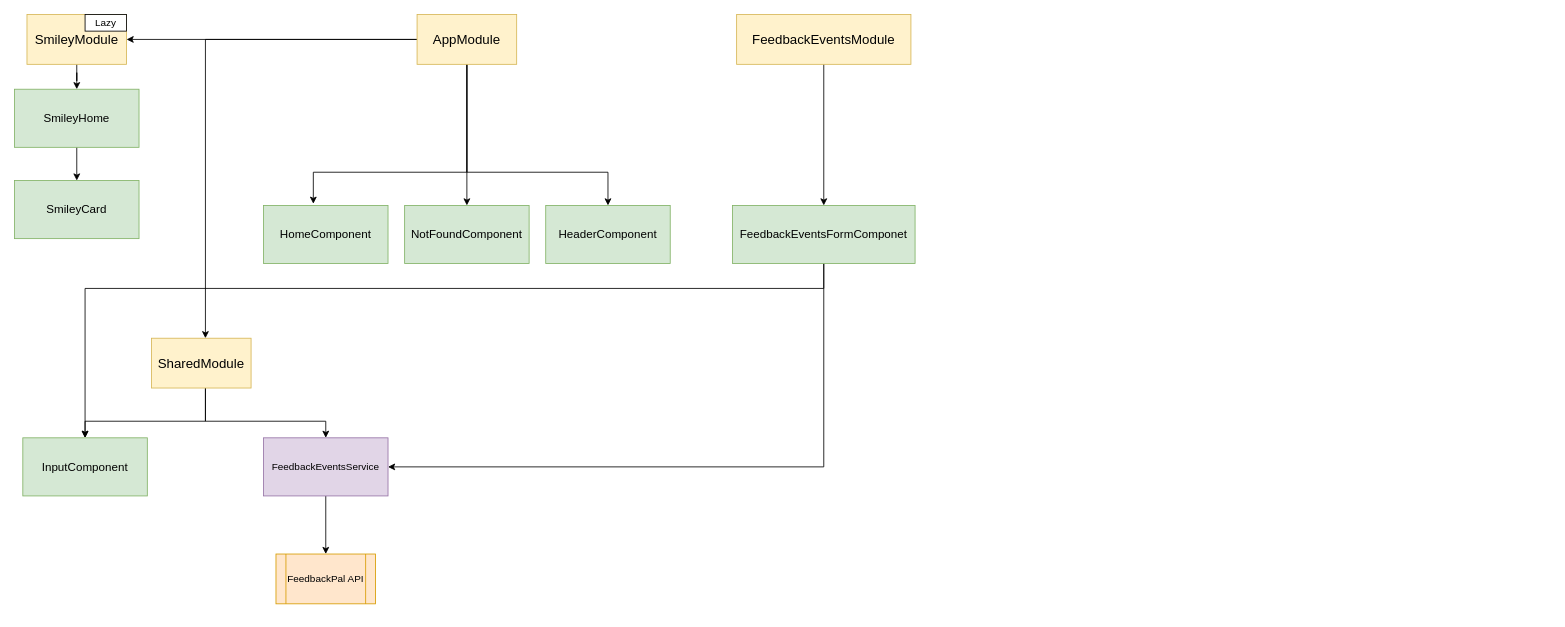
Earlier version of the draw.io diagram diagrams/UI-diagram.drawio (techwings-io/feedbackpal-ui). Source tidied: cells renumbered, new cells numbered last; positions are measured from the earlier drawing's top-left corner, leaving out a move shared by most shapes. Both pictures are drawn from the tidied source at 83%, with x=0, y=0 at pixel (14, 14).
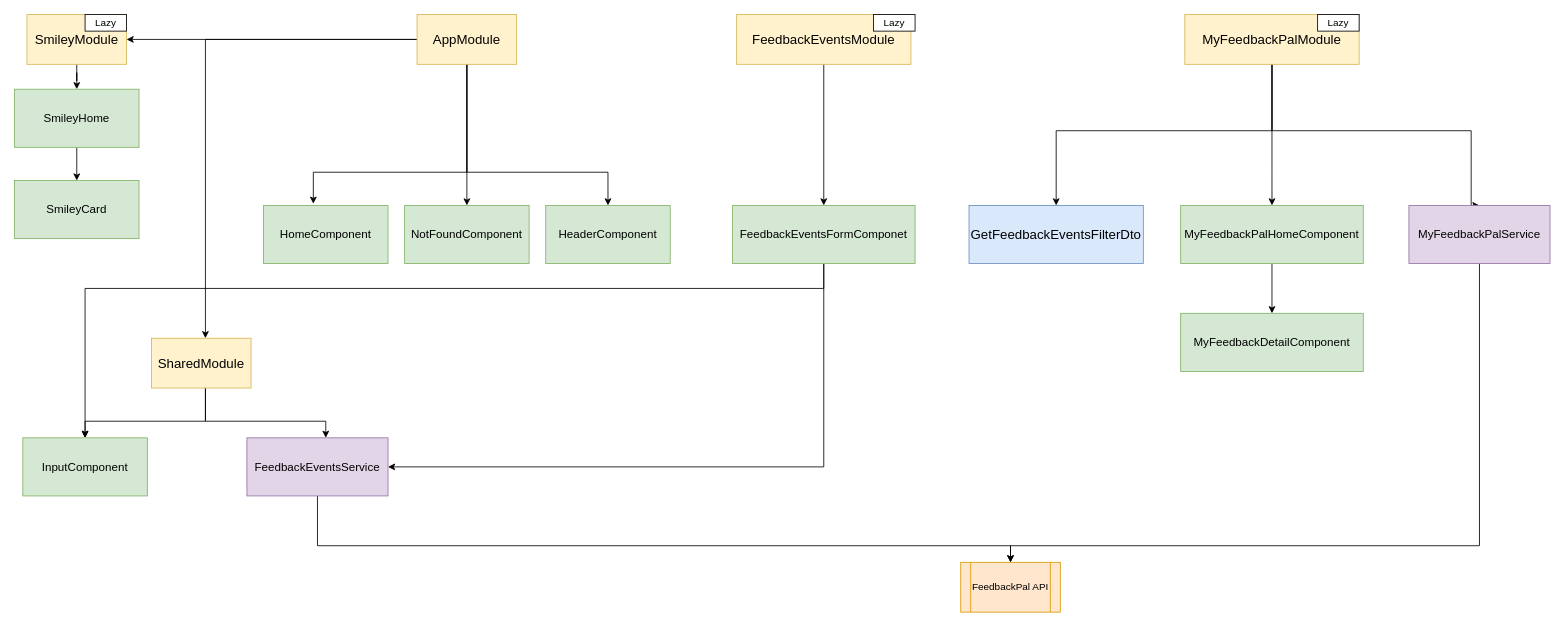
Above is the later version.

Change to the diagram source:
```diff
@@
     <mxCell id="24" style="edgeStyle=orthogonalEdgeStyle;rounded=0;jettySize=auto;html=1;" parent="1" edge="1" source="25" target="26">
-      <mxGeometry relative="1" as="geometry" />
+      <mxGeometry relative="1" as="geometry">
+        <Array as="points">
+          <mxPoint x="365" y="640" />
+          <mxPoint x="1200" y="640" />
+        </Array>
+      </mxGeometry>
     </mxCell>
-    <mxCell id="25" value="FeedbackEventsService" style="rounded=0;whiteSpace=wrap;html=1;fillColor=#e1d5e7;strokeColor=#9673a6;" parent="1" vertex="1">
-      <mxGeometry x="300" y="510" width="150" height="70" as="geometry" />
+    <mxCell id="25" value="&lt;font style=&quot;font-size: 14px&quot;&gt;FeedbackEventsService&lt;/font&gt;" style="rounded=0;whiteSpace=wrap;html=1;fillColor=#e1d5e7;strokeColor=#9673a6;" parent="1" vertex="1">
+      <mxGeometry x="280" y="510" width="170" height="70" as="geometry" />
     </mxCell>
     <mxCell id="26" value="FeedbackPal API" style="shape=process;whiteSpace=wrap;html=1;backgroundOutline=1;fillColor=#ffe6cc;strokeColor=#d79b00;" parent="1" vertex="1">
-      <mxGeometry x="315" y="650" width="120" height="60" as="geometry" />
+      <mxGeometry x="1140" y="660" width="120" height="60" as="geometry" />
     </mxCell>
@@
+    <mxCell id="32" style="edgeStyle=orthogonalEdgeStyle;rounded=0;jettySize=auto;html=1;" parent="1" edge="1" source="35" target="36">
+      <mxGeometry relative="1" as="geometry">
+        <Array as="points">
+          <mxPoint x="1515" y="140" />
+          <mxPoint x="1255" y="140" />
+        </Array>
+      </mxGeometry>
+    </mxCell>
+    <mxCell id="33" style="edgeStyle=orthogonalEdgeStyle;rounded=0;jettySize=auto;html=1;" parent="1" edge="1" source="35" target="38">
+      <mxGeometry relative="1" as="geometry">
+        <Array as="points">
+          <mxPoint x="1515" y="190" />
+          <mxPoint x="1515" y="190" />
+        </Array>
+      </mxGeometry>
+    </mxCell>
+    <mxCell id="34" style="edgeStyle=orthogonalEdgeStyle;rounded=0;jettySize=auto;html=1;entryX=0.5;entryY=0;entryDx=0;entryDy=0;" parent="1" edge="1" source="35" target="41">
+      <mxGeometry relative="1" as="geometry">
+        <Array as="points">
+          <mxPoint x="1515" y="140" />
+          <mxPoint x="1755" y="140" />
+        </Array>
+      </mxGeometry>
+    </mxCell>
+    <mxCell id="35" value="&lt;font size=&quot;3&quot;&gt;MyFeedbackPalModule&lt;br&gt;&lt;/font&gt;" style="rounded=0;whiteSpace=wrap;html=1;fillColor=#fff2cc;strokeColor=#d6b656;" parent="1" vertex="1">
+      <mxGeometry x="1410" width="210" height="60" as="geometry" />
+    </mxCell>
+    <mxCell id="36" value="&lt;font size=&quot;3&quot;&gt;GetFeedbackEventsFilterDto&lt;br&gt;&lt;/font&gt;" style="rounded=0;whiteSpace=wrap;html=1;fillColor=#dae8fc;strokeColor=#6c8ebf;" parent="1" vertex="1">
+      <mxGeometry x="1150" y="230" width="210" height="70" as="geometry" />
+    </mxCell>
+    <mxCell id="37" style="edgeStyle=orthogonalEdgeStyle;rounded=0;jettySize=auto;html=1;entryX=0.5;entryY=0;entryDx=0;entryDy=0;" parent="1" edge="1" source="38" target="39">
+      <mxGeometry relative="1" as="geometry" />
+    </mxCell>
+    <mxCell id="38" value="&lt;font style=&quot;font-size: 14px&quot;&gt;MyFeedbackPalHomeComponent&lt;/font&gt;" style="rounded=0;whiteSpace=wrap;html=1;fillColor=#d5e8d4;strokeColor=#82b366;" parent="1" vertex="1">
+      <mxGeometry x="1405" y="230" width="220" height="70" as="geometry" />
+    </mxCell>
+    <mxCell id="39" value="&lt;font style=&quot;font-size: 14px&quot;&gt;MyFeedbackDetailComponent&lt;/font&gt;" style="rounded=0;whiteSpace=wrap;html=1;fillColor=#d5e8d4;strokeColor=#82b366;" parent="1" vertex="1">
+      <mxGeometry x="1405" y="360" width="220" height="70" as="geometry" />
+    </mxCell>
+    <mxCell id="40" style="edgeStyle=orthogonalEdgeStyle;rounded=0;jettySize=auto;html=1;entryX=0.5;entryY=0;entryDx=0;entryDy=0;" parent="1" edge="1" source="41" target="26">
+      <mxGeometry relative="1" as="geometry">
+        <Array as="points">
+          <mxPoint x="1765" y="640" />
+          <mxPoint x="1200" y="640" />
+        </Array>
+      </mxGeometry>
+    </mxCell>
+    <mxCell id="41" value="&lt;font style=&quot;font-size: 14px&quot;&gt;MyFeedbackPalService&lt;/font&gt;" style="rounded=0;whiteSpace=wrap;html=1;fillColor=#e1d5e7;strokeColor=#9673a6;" parent="1" vertex="1">
+      <mxGeometry x="1680" y="230" width="170" height="70" as="geometry" />
+    </mxCell>
+    <mxCell id="42" value="Lazy" style="rounded=0;whiteSpace=wrap;html=1;" parent="1" vertex="1">
+      <mxGeometry x="1570" width="50" height="20" as="geometry" />
+    </mxCell>
+    <mxCell id="43" value="Lazy" style="rounded=0;whiteSpace=wrap;html=1;" parent="1" vertex="1">
+      <mxGeometry x="1035" width="50" height="20" as="geometry" />
+    </mxCell>
```
